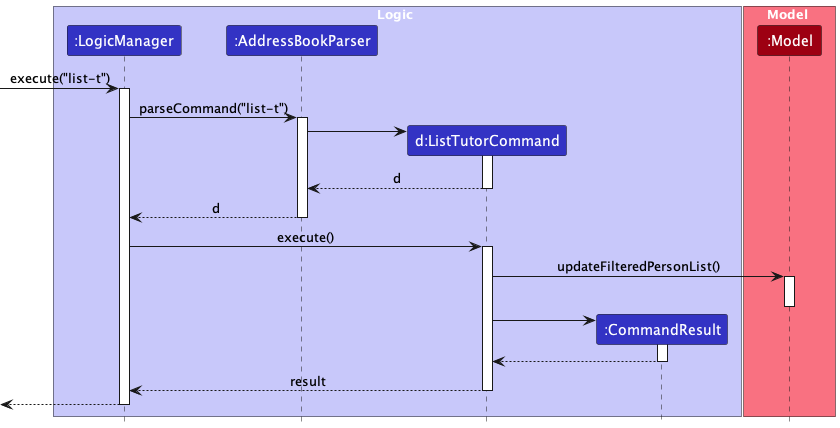
Earlier version of the PlantUML export docs/images/ListTutorSequenceDiagram.png (nus-cs2103-AY2324S1/tp).
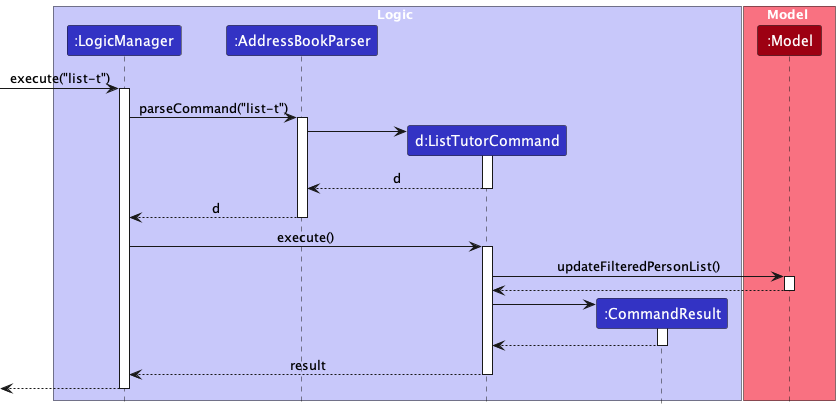
After the commit.

The edit, as a diff of the source:
```diff
@@ -33,7 +33,7 @@
 activate ListTutorCommand
 
 ListTutorCommand -> Model ++ : updateFilteredPersonList()
-deactivate Model
+return
 
 deactivate Model
 
```
